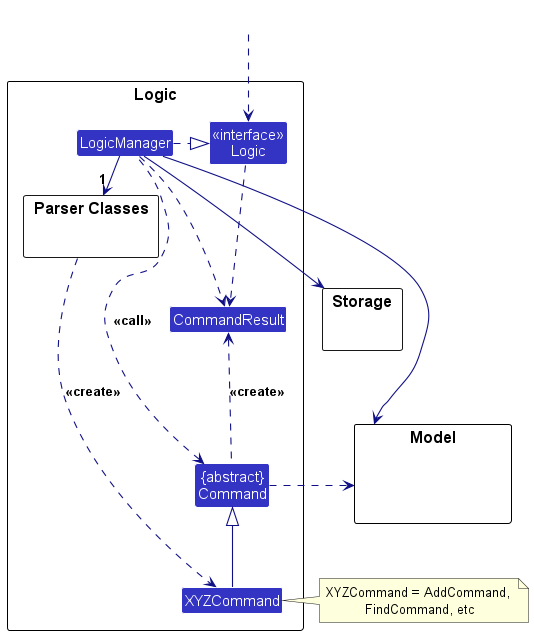
This is docs/images/LogicClassDiagram.png from nus-cs2103-AY2324S2/tp, a PlantUML export, as it was before one commit. Its diagram source:
```plantuml
@startuml
!include style.puml
skinparam arrowThickness 1.1
skinparam arrowColor LOGIC_COLOR_T4
skinparam classBackgroundColor LOGIC_COLOR

package Logic as LogicPackage {

package "Parser Classes" as ParserClasses{
}
Class XYZCommand
Class CommandResult
Class "{abstract}\nCommand" as Command


Class "<<interface>>\nLogic" as Logic
Class LogicManager
}

package Model {
Class HiddenModel #FFFFFF
}

package Storage {
}

Class HiddenOutside #FFFFFF
HiddenOutside ..> Logic

LogicManager .right.|> Logic
LogicManager -right->"1" ParserClasses
ParserClasses ..> XYZCommand : <<create>>

XYZCommand -up-|> Command
LogicManager .left.> Command : <<call>>

LogicManager --> Model
LogicManager --> Storage
Storage --[hidden] Model
Command .[hidden]up.> Storage
Command .right.> Model
note right of XYZCommand: XYZCommand = AddCommand, \nFindCommand, etc

Logic ..> CommandResult
LogicManager .down.> CommandResult
Command .up.> CommandResult : <<create>>
@enduml
```
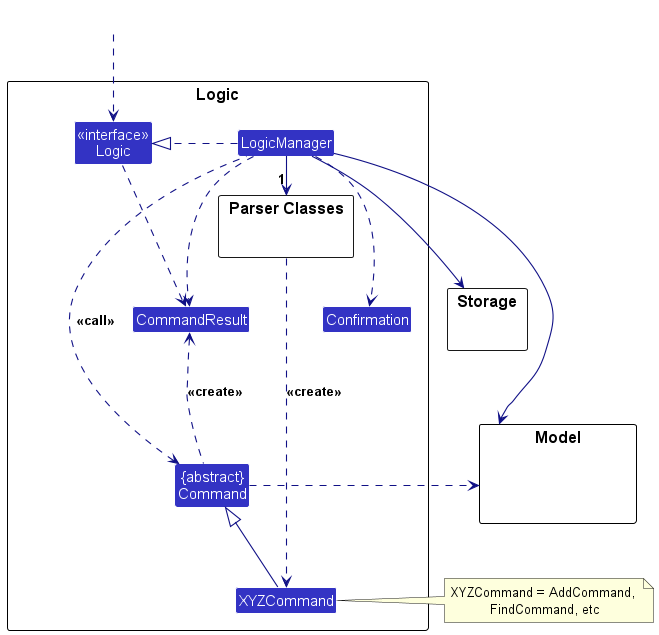
The same file after the commit.

Diff of the diagram source:
```diff
@@ -15,6 +15,7 @@
 
 Class "<<interface>>\nLogic" as Logic
 Class LogicManager
+Class Confirmation
 }
 
 package Model {
@@ -43,5 +44,6 @@
 
 Logic ..> CommandResult
 LogicManager .down.> CommandResult
+LogicManager .down.> Confirmation
 Command .up.> CommandResult : <<create>>
 @enduml
```
